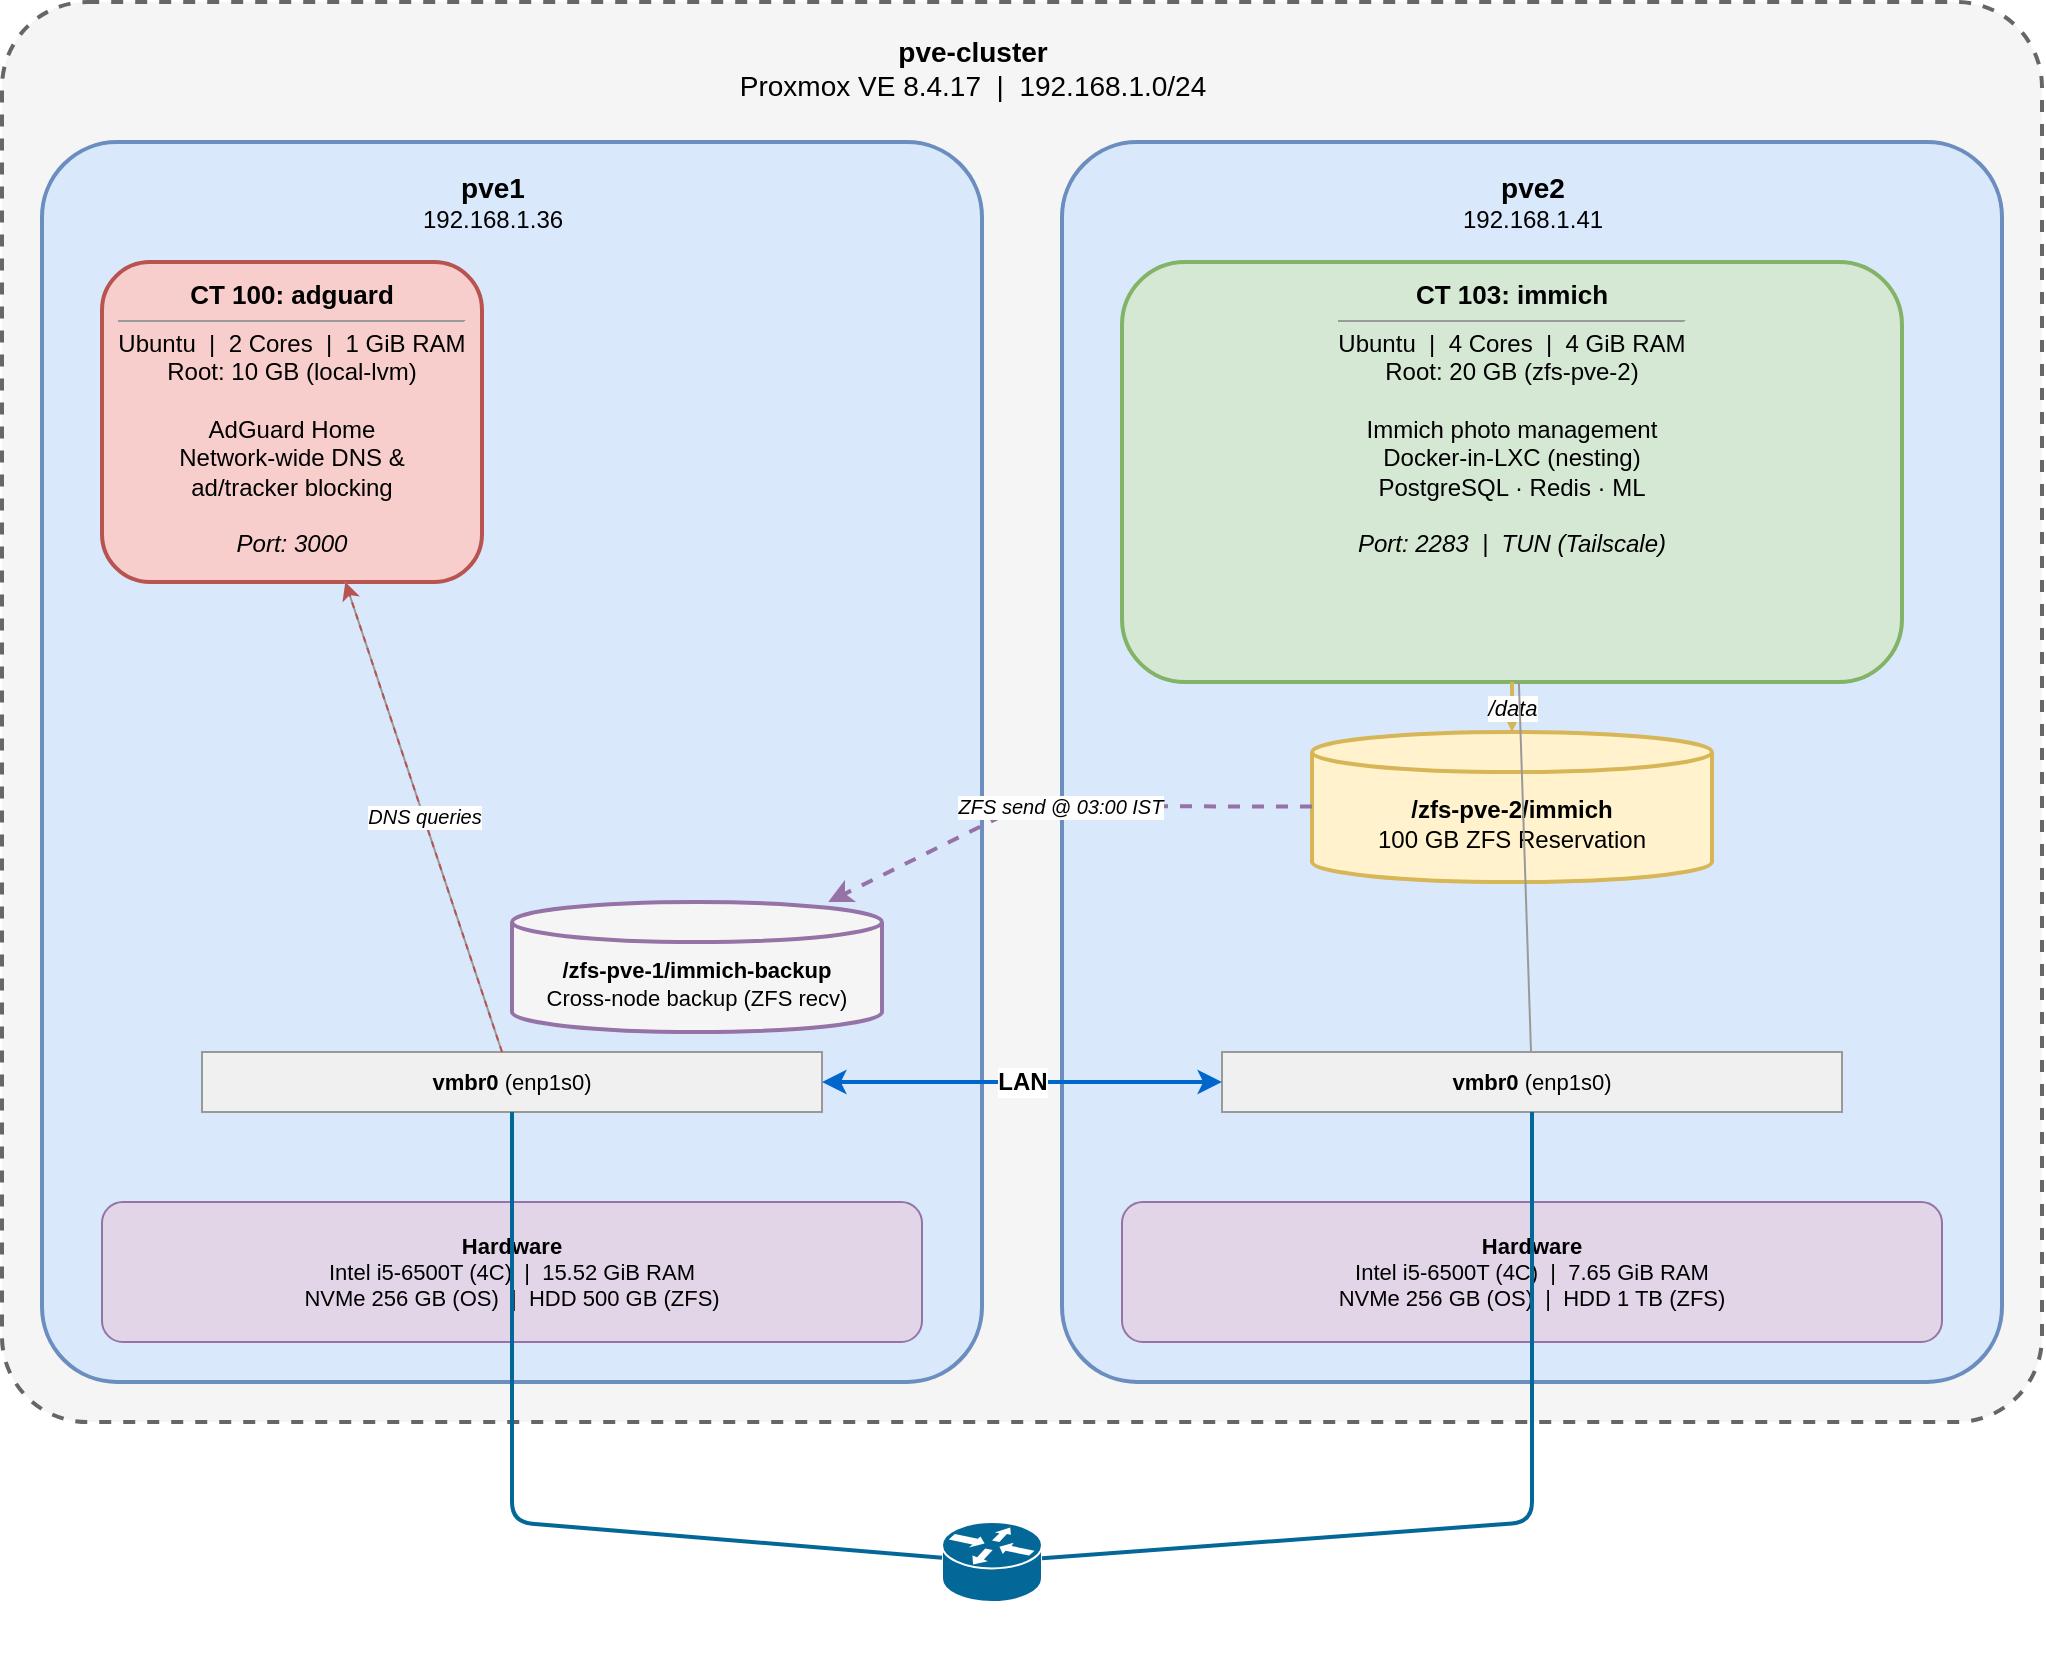
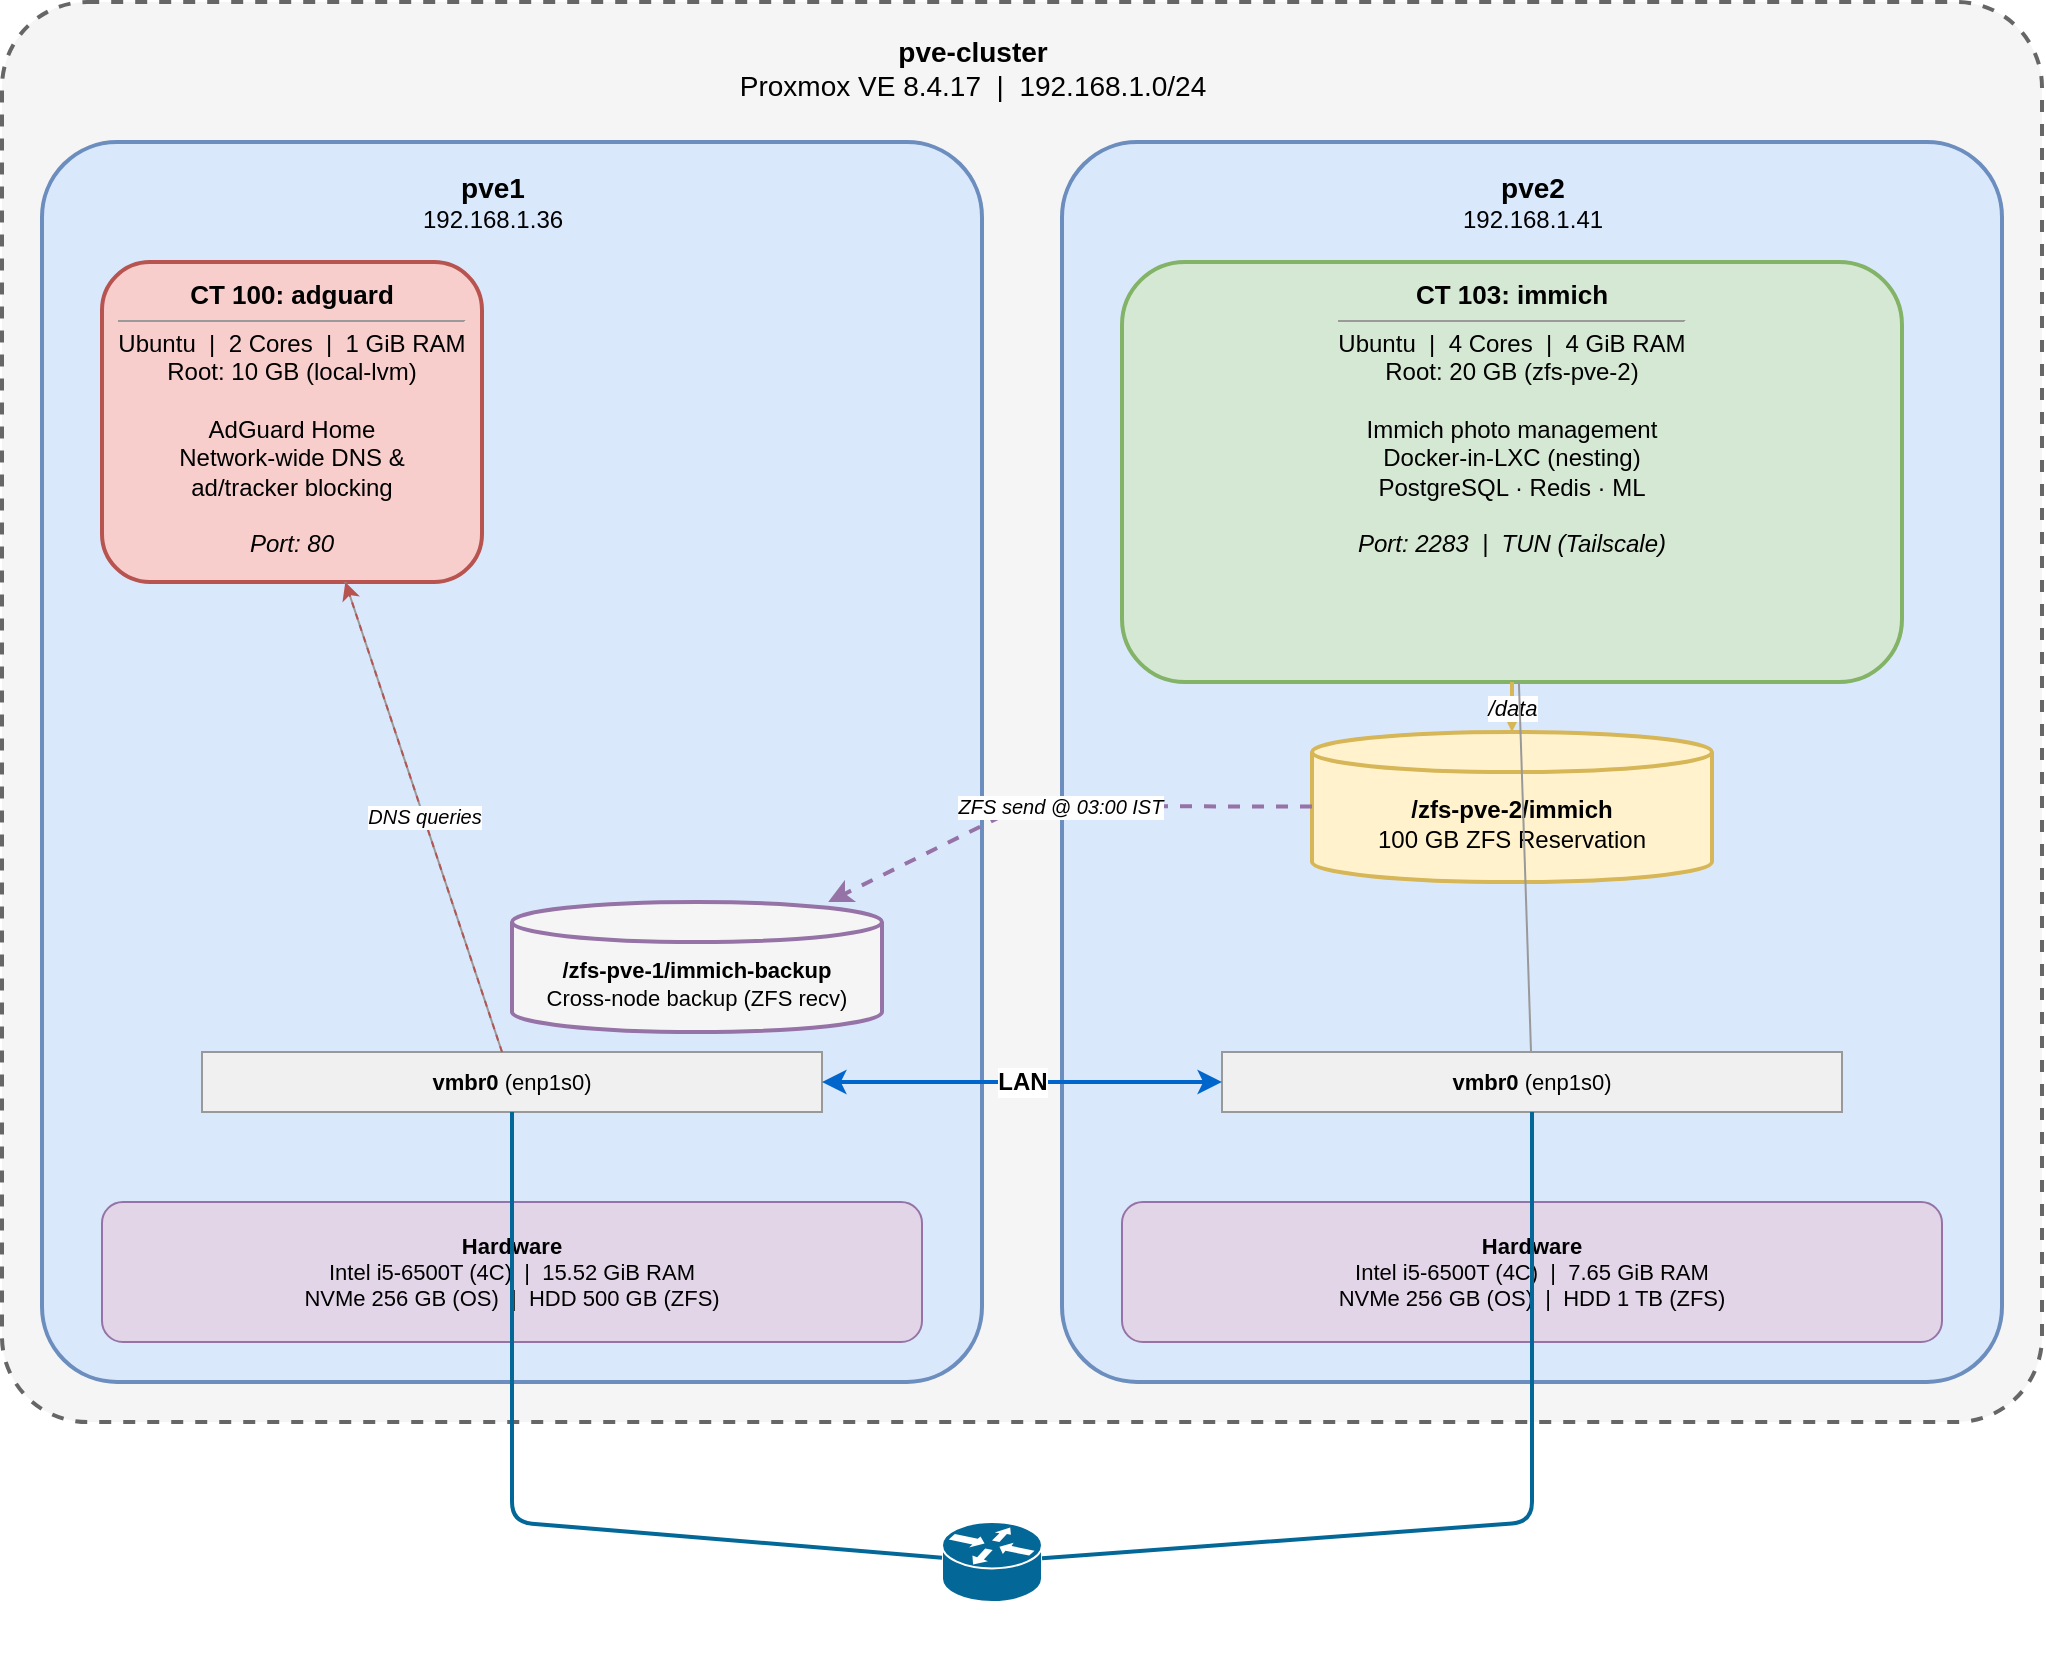
<mxfile host="app.diagrams.net" modified="2026-04-19T00:00:00.000Z" agent="Claude" version="24.0.0" type="device">
  <diagram id="homelab-architecture" name="Homelab Architecture">
    <mxGraphModel dx="1422" dy="762" grid="1" gridSize="10" guides="1" tooltips="1" connect="1" arrows="1" fold="1" page="1" pageScale="1" pageWidth="1100" pageHeight="850" math="0" shadow="0">
      <root>
        <mxCell id="0"/>
        <mxCell id="1" parent="0"/>

        <!-- Cluster -->
        <mxCell id="cluster" value="" style="rounded=1;whiteSpace=wrap;html=1;fillColor=#f5f5f5;strokeColor=#666666;fontColor=#333333;dashed=1;strokeWidth=2;arcSize=6;" vertex="1" parent="1">
          <mxGeometry x="40" y="30" width="1020" height="710" as="geometry"/>
        </mxCell>
        <mxCell id="cluster-label" value="&lt;b&gt;pve-cluster&lt;/b&gt;&lt;br&gt;Proxmox VE 8.4.17 &amp;nbsp;|&amp;nbsp; 192.168.1.0/24" style="text;html=1;align=center;verticalAlign=top;resizable=0;points=[];autosize=1;strokeColor=none;fillColor=none;fontSize=14;" vertex="1" parent="1">
          <mxGeometry x="370" y="40" width="310" height="40" as="geometry"/>
        </mxCell>

        <!-- pve1 node -->
        <mxCell id="pve1" value="" style="rounded=1;whiteSpace=wrap;html=1;fillColor=#dae8fc;strokeColor=#6c8ebf;strokeWidth=2;arcSize=8;" vertex="1" parent="1">
          <mxGeometry x="60" y="100" width="470" height="620" as="geometry"/>
        </mxCell>
        <mxCell id="pve1-label" value="&lt;b style='font-size:14px'&gt;pve1&lt;/b&gt;&lt;br&gt;192.168.1.36" style="text;html=1;align=center;verticalAlign=top;resizable=0;points=[];autosize=1;strokeColor=none;fillColor=none;" vertex="1" parent="1">
          <mxGeometry x="230" y="108" width="110" height="40" as="geometry"/>
        </mxCell>

        <!-- pve1 hardware -->
        <mxCell id="pve1-hw" value="&lt;b&gt;Hardware&lt;/b&gt;&lt;br&gt;Intel i5-6500T (4C) &amp;nbsp;|&amp;nbsp; 15.52 GiB RAM&lt;br&gt;NVMe 256 GB (OS) &amp;nbsp;|&amp;nbsp; HDD 500 GB (ZFS)" style="rounded=1;whiteSpace=wrap;html=1;fillColor=#e1d5e7;strokeColor=#9673a6;fontSize=11;verticalAlign=middle;" vertex="1" parent="1">
          <mxGeometry x="90" y="630" width="410" height="70" as="geometry"/>
        </mxCell>

        <!-- AdGuard container (pve1) -->
-         <mxCell id="adguard" value="&lt;b style='font-size:13px'&gt;CT 100: adguard&lt;/b&gt;&lt;br&gt;&lt;hr size='1' style='margin:4px 0'&gt;Ubuntu &amp;nbsp;|&amp;nbsp; 2 Cores &amp;nbsp;|&amp;nbsp; 1 GiB RAM&lt;br&gt;Root: 10 GB (local-lvm)&lt;br&gt;&lt;br&gt;AdGuard Home&lt;br&gt;Network-wide DNS &amp;amp;&lt;br&gt;ad/tracker blocking&lt;br&gt;&lt;br&gt;&lt;i&gt;Port: 3000&lt;/i&gt;" style="rounded=1;whiteSpace=wrap;html=1;fillColor=#f8cecc;strokeColor=#b85450;strokeWidth=2;verticalAlign=top;spacingTop=2;" vertex="1" parent="1">
+         <mxCell id="adguard" value="&lt;b style='font-size:13px'&gt;CT 100: adguard&lt;/b&gt;&lt;br&gt;&lt;hr size='1' style='margin:4px 0'&gt;Ubuntu &amp;nbsp;|&amp;nbsp; 2 Cores &amp;nbsp;|&amp;nbsp; 1 GiB RAM&lt;br&gt;Root: 10 GB (local-lvm)&lt;br&gt;&lt;br&gt;AdGuard Home&lt;br&gt;Network-wide DNS &amp;amp;&lt;br&gt;ad/tracker blocking&lt;br&gt;&lt;br&gt;&lt;i&gt;Port: 80&lt;/i&gt;" style="rounded=1;whiteSpace=wrap;html=1;fillColor=#f8cecc;strokeColor=#b85450;strokeWidth=2;verticalAlign=top;spacingTop=2;" vertex="1" parent="1">
          <mxGeometry x="90" y="160" width="190" height="160" as="geometry"/>
        </mxCell>

        <!-- Network bridge - pve1 -->
        <mxCell id="vmbr0-pve1" value="&lt;b&gt;vmbr0&lt;/b&gt; (enp1s0)" style="rounded=0;whiteSpace=wrap;html=1;fillColor=#f0f0f0;strokeColor=#999999;fontSize=11;" vertex="1" parent="1">
          <mxGeometry x="140" y="555" width="310" height="30" as="geometry"/>
        </mxCell>

        <!-- Container to bridge connections - pve1 -->
        <mxCell id="ag-net" value="" style="endArrow=none;html=1;strokeColor=#999999;strokeWidth=1;" edge="1" parent="1" source="adguard" target="vmbr0-pve1">
          <mxGeometry relative="1" as="geometry"/>
        </mxCell>

        <!-- DNS query arrow -->
        <mxCell id="dns-flow" value="DNS queries" style="endArrow=classic;html=1;strokeColor=#b85450;strokeWidth=1;dashed=1;fontSize=10;fontStyle=2;" edge="1" parent="1" source="vmbr0-pve1" target="adguard">
          <mxGeometry relative="1" as="geometry"/>
        </mxCell>

        <!-- pve2 node -->
        <mxCell id="pve2" value="" style="rounded=1;whiteSpace=wrap;html=1;fillColor=#dae8fc;strokeColor=#6c8ebf;strokeWidth=2;arcSize=8;" vertex="1" parent="1">
          <mxGeometry x="570" y="100" width="470" height="620" as="geometry"/>
        </mxCell>
        <mxCell id="pve2-label" value="&lt;b style='font-size:14px'&gt;pve2&lt;/b&gt;&lt;br&gt;192.168.1.41" style="text;html=1;align=center;verticalAlign=top;resizable=0;points=[];autosize=1;strokeColor=none;fillColor=none;" vertex="1" parent="1">
          <mxGeometry x="750" y="108" width="110" height="40" as="geometry"/>
        </mxCell>

        <!-- pve2 hardware -->
        <mxCell id="pve2-hw" value="&lt;b&gt;Hardware&lt;/b&gt;&lt;br&gt;Intel i5-6500T (4C) &amp;nbsp;|&amp;nbsp; 7.65 GiB RAM&lt;br&gt;NVMe 256 GB (OS) &amp;nbsp;|&amp;nbsp; HDD 1 TB (ZFS)" style="rounded=1;whiteSpace=wrap;html=1;fillColor=#e1d5e7;strokeColor=#9673a6;fontSize=11;verticalAlign=middle;" vertex="1" parent="1">
          <mxGeometry x="600" y="630" width="410" height="70" as="geometry"/>
        </mxCell>

        <!-- Immich container -->
        <mxCell id="immich" value="&lt;b style='font-size:13px'&gt;CT 103: immich&lt;/b&gt;&lt;br&gt;&lt;hr size='1' style='margin:4px 0'&gt;Ubuntu &amp;nbsp;|&amp;nbsp; 4 Cores &amp;nbsp;|&amp;nbsp; 4 GiB RAM&lt;br&gt;Root: 20 GB (zfs-pve-2)&lt;br&gt;&lt;br&gt;Immich photo management&lt;br&gt;Docker-in-LXC (nesting)&lt;br&gt;PostgreSQL &amp;middot; Redis &amp;middot; ML&lt;br&gt;&lt;br&gt;&lt;i&gt;Port: 2283 &amp;nbsp;|&amp;nbsp; TUN (Tailscale)&lt;/i&gt;" style="rounded=1;whiteSpace=wrap;html=1;fillColor=#d5e8d4;strokeColor=#82b366;strokeWidth=2;verticalAlign=top;spacingTop=2;" vertex="1" parent="1">
          <mxGeometry x="600" y="160" width="390" height="210" as="geometry"/>
        </mxCell>

        <!-- Immich ZFS storage -->
        <mxCell id="immich-storage" value="&lt;b&gt;/zfs-pve-2/immich&lt;/b&gt;&lt;br&gt;100 GB ZFS Reservation" style="shape=cylinder3;whiteSpace=wrap;html=1;boundedLbl=1;backgroundOutline=1;size=10;fillColor=#fff2cc;strokeColor=#d6b656;strokeWidth=2;fontSize=12;" vertex="1" parent="1">
          <mxGeometry x="695" y="395" width="200" height="75" as="geometry"/>
        </mxCell>

        <!-- Immich mount arrow -->
        <mxCell id="immich-mount" value="/data" style="endArrow=classic;html=1;strokeColor=#d6b656;strokeWidth=2;fontStyle=2;fontSize=11;" edge="1" parent="1" source="immich" target="immich-storage">
          <mxGeometry relative="1" as="geometry"/>
        </mxCell>

        <!-- Immich backup dataset (pve1) -->
        <mxCell id="immich-backup" value="&lt;b&gt;/zfs-pve-1/immich-backup&lt;/b&gt;&lt;br&gt;Cross-node backup (ZFS recv)" style="shape=cylinder3;whiteSpace=wrap;html=1;boundedLbl=1;backgroundOutline=1;size=10;fillColor=#f5f5f5;strokeColor=#9673a6;strokeWidth=2;fontSize=11;" vertex="1" parent="1">
          <mxGeometry x="295" y="480" width="185" height="65" as="geometry"/>
        </mxCell>

        <!-- Nightly backup arrow (pve2 → pve1 via Tailscale) -->
        <mxCell id="backup-flow" value="ZFS send @ 03:00 IST" style="endArrow=classic;html=1;strokeColor=#9673a6;strokeWidth=2;dashed=1;fontSize=10;fontStyle=2;" edge="1" parent="1" source="immich-storage" target="immich-backup">
          <mxGeometry relative="1" as="geometry">
            <Array as="points">
              <mxPoint x="550" y="432"/>
            </Array>
          </mxGeometry>
        </mxCell>

        <!-- Network bridge - pve2 -->
        <mxCell id="vmbr0-pve2" value="&lt;b&gt;vmbr0&lt;/b&gt; (enp1s0)" style="rounded=0;whiteSpace=wrap;html=1;fillColor=#f0f0f0;strokeColor=#999999;fontSize=11;" vertex="1" parent="1">
          <mxGeometry x="650" y="555" width="310" height="30" as="geometry"/>
        </mxCell>

        <!-- Container to bridge connections - pve2 -->
        <mxCell id="immich-net" value="" style="endArrow=none;html=1;strokeColor=#999999;strokeWidth=1;" edge="1" parent="1" source="immich" target="vmbr0-pve2">
          <mxGeometry relative="1" as="geometry"/>
        </mxCell>

        <!-- Cross-node network link -->
        <mxCell id="node-link" value="LAN" style="endArrow=classic;startArrow=classic;html=1;strokeColor=#0066CC;strokeWidth=2;fontSize=12;fontStyle=1;" edge="1" parent="1" source="vmbr0-pve1" target="vmbr0-pve2">
          <mxGeometry relative="1" as="geometry"/>
        </mxCell>

        <!-- Gateway -->
        <mxCell id="gateway" value="&lt;b&gt;Gateway&lt;/b&gt;&lt;br&gt;192.168.1.1" style="shape=mxgraph.cisco.routers.router;html=1;fillColor=#036897;strokeColor=#ffffff;fontColor=#ffffff;labelPosition=center;verticalLabelPosition=bottom;verticalAlign=top;fontSize=11;fontStyle=0;sketch=0;" vertex="1" parent="1">
          <mxGeometry x="510" y="790" width="50" height="40" as="geometry"/>
        </mxCell>

        <!-- Gateway connections -->
        <mxCell id="gw-pve1" value="" style="endArrow=none;html=1;strokeColor=#036897;strokeWidth=2;" edge="1" parent="1" source="vmbr0-pve1" target="gateway">
          <mxGeometry relative="1" as="geometry">
            <Array as="points">
              <mxPoint x="295" y="790"/>
            </Array>
          </mxGeometry>
        </mxCell>
        <mxCell id="gw-pve2" value="" style="endArrow=none;html=1;strokeColor=#036897;strokeWidth=2;" edge="1" parent="1" source="vmbr0-pve2" target="gateway">
          <mxGeometry relative="1" as="geometry">
            <Array as="points">
              <mxPoint x="805" y="790"/>
            </Array>
          </mxGeometry>
        </mxCell>

      </root>
    </mxGraphModel>
  </diagram>
</mxfile>
